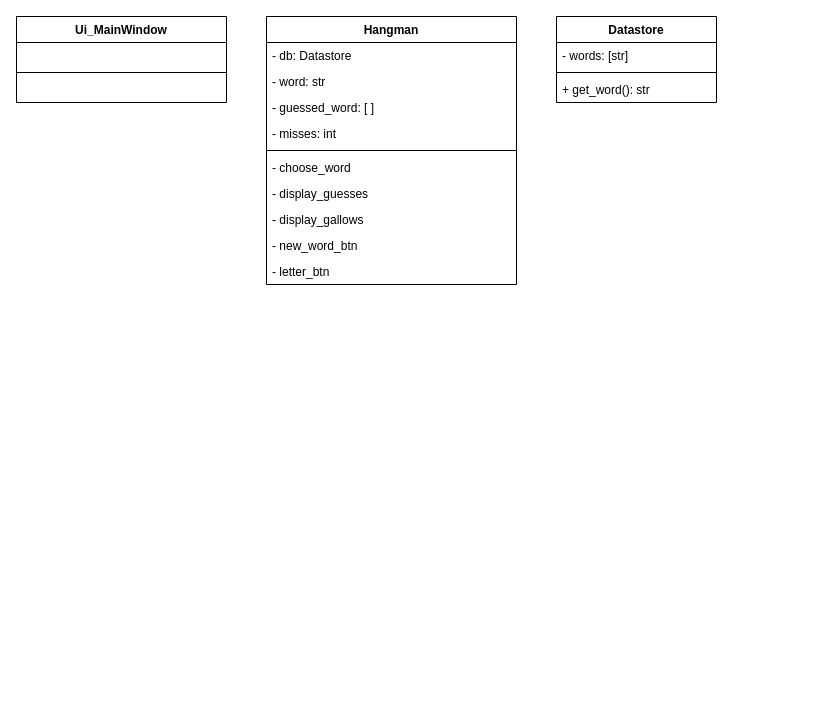
The draw.io diagram page "Class Diagram" (4 of 7) of scenario/scenario_unit_2.drawio in DamoM73/digital-solutions-text, before the edit. Source tidied: cells renumbered, new cells numbered last; positions are measured from the earlier drawing's top-left corner, leaving out a move shared by most shapes. Both pictures are drawn from the tidied source at 100%, with x=0, y=0 at pixel (16, 16).
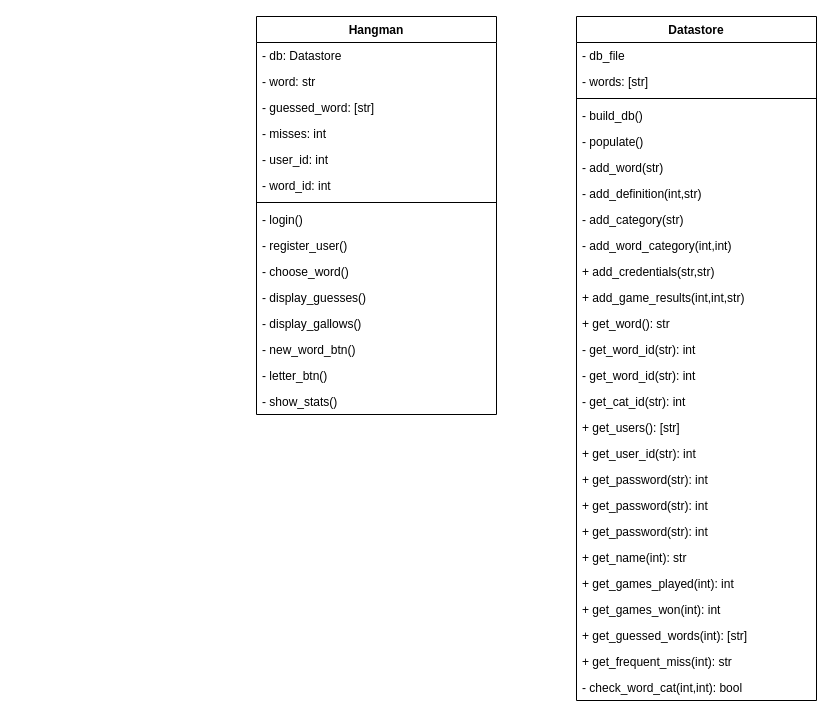
The same page after the edit.

What changed in the source:
```diff
@@
-    <mxCell id="2" value="Ui_MainWindow" style="swimlane;fontStyle=1;align=center;verticalAlign=top;horizontal=1;startSize=26;" parent="1" vertex="1">
-      <mxGeometry width="210" height="86" as="geometry" />
-    </mxCell>
-    <mxCell id="3" value=" " style="text;strokeColor=none;fillColor=none;align=left;verticalAlign=top;spacingLeft=4;spacingRight=4;overflow=hidden;" parent="2" vertex="1">
-      <mxGeometry y="26" width="210" height="26" as="geometry" />
-    </mxCell>
-    <mxCell id="4" style="line;strokeWidth=1;fillColor=none;align=left;verticalAlign=middle;spacingTop=-1;spacingLeft=3;spacingRight=3;labelPosition=right;" parent="2" vertex="1">
-      <mxGeometry y="52" width="210" height="8" as="geometry" />
-    </mxCell>
-    <mxCell id="5" value=" " style="text;strokeColor=none;fillColor=none;align=left;verticalAlign=top;spacingLeft=4;spacingRight=4;overflow=hidden;" parent="2" vertex="1">
-      <mxGeometry y="60" width="210" height="26" as="geometry" />
-    </mxCell>
     <mxCell id="6" value="Hangman" style="swimlane;fontStyle=1;align=center;verticalAlign=top;horizontal=1;startSize=26;" parent="1" vertex="1">
-      <mxGeometry x="250" width="250" height="268" as="geometry" />
+      <mxGeometry x="240" width="240" height="398" as="geometry" />
     </mxCell>
     <mxCell id="7" value="- db: Datastore" style="text;strokeColor=none;fillColor=none;align=left;verticalAlign=top;spacingLeft=4;spacingRight=4;overflow=hidden;" parent="6" vertex="1">
-      <mxGeometry y="26" width="250" height="26" as="geometry" />
+      <mxGeometry y="26" width="240" height="26" as="geometry" />
     </mxCell>
     <mxCell id="8" value="- word: str" style="text;strokeColor=none;fillColor=none;align=left;verticalAlign=top;spacingLeft=4;spacingRight=4;overflow=hidden;" parent="6" vertex="1">
-      <mxGeometry y="52" width="250" height="26" as="geometry" />
+      <mxGeometry y="52" width="240" height="26" as="geometry" />
     </mxCell>
-    <mxCell id="9" value="- guessed_word: [ ]" style="text;strokeColor=none;fillColor=none;align=left;verticalAlign=top;spacingLeft=4;spacingRight=4;overflow=hidden;" parent="6" vertex="1">
-      <mxGeometry y="78" width="250" height="26" as="geometry" />
-    </mxCell>
+    <mxCell id="21" value="- guessed_word: [str]" style="text;strokeColor=none;fillColor=none;align=left;verticalAlign=top;spacingLeft=4;spacingRight=4;overflow=hidden;" parent="6" vertex="1">
+      <mxGeometry y="78" width="240" height="26" as="geometry" />
+    </mxCell>
     <mxCell id="10" value="- misses: int" style="text;strokeColor=none;fillColor=none;align=left;verticalAlign=top;spacingLeft=4;spacingRight=4;overflow=hidden;" parent="6" vertex="1">
-      <mxGeometry y="104" width="250" height="26" as="geometry" />
+      <mxGeometry y="104" width="240" height="26" as="geometry" />
     </mxCell>
+    <mxCell id="22" value="- user_id: int" style="text;strokeColor=none;fillColor=none;align=left;verticalAlign=top;spacingLeft=4;spacingRight=4;overflow=hidden;fontStyle=0;" parent="6" vertex="1">
+      <mxGeometry y="130" width="240" height="26" as="geometry" />
+    </mxCell>
+    <mxCell id="23" value="- word_id: int" style="text;strokeColor=none;fillColor=none;align=left;verticalAlign=top;spacingLeft=4;spacingRight=4;overflow=hidden;fontStyle=0;" parent="6" vertex="1">
+      <mxGeometry y="156" width="240" height="26" as="geometry" />
+    </mxCell>
     <mxCell id="11" style="line;strokeWidth=1;fillColor=none;align=left;verticalAlign=middle;spacingTop=-1;spacingLeft=3;spacingRight=3;labelPosition=right;" parent="6" vertex="1">
-      <mxGeometry y="130" width="250" height="8" as="geometry" />
+      <mxGeometry y="182" width="240" height="8" as="geometry" />
     </mxCell>
+    <mxCell id="24" value="- login()" style="text;strokeColor=none;fillColor=none;align=left;verticalAlign=top;spacingLeft=4;spacingRight=4;overflow=hidden;" parent="6" vertex="1">
+      <mxGeometry y="190" width="240" height="26" as="geometry" />
+    </mxCell>
+    <mxCell id="25" value="- register_user()" style="text;strokeColor=none;fillColor=none;align=left;verticalAlign=top;spacingLeft=4;spacingRight=4;overflow=hidden;" parent="6" vertex="1">
+      <mxGeometry y="216" width="240" height="26" as="geometry" />
+    </mxCell>
-    <mxCell id="12" value="- choose_word" style="text;strokeColor=none;fillColor=none;align=left;verticalAlign=top;spacingLeft=4;spacingRight=4;overflow=hidden;" parent="6" vertex="1">
-      <mxGeometry y="138" width="250" height="26" as="geometry" />
+    <mxCell id="12" value="- choose_word()" style="text;strokeColor=none;fillColor=none;align=left;verticalAlign=top;spacingLeft=4;spacingRight=4;overflow=hidden;" parent="6" vertex="1">
+      <mxGeometry y="242" width="240" height="26" as="geometry" />
     </mxCell>
-    <mxCell id="13" value="- display_guesses" style="text;strokeColor=none;fillColor=none;align=left;verticalAlign=top;spacingLeft=4;spacingRight=4;overflow=hidden;" parent="6" vertex="1">
-      <mxGeometry y="164" width="250" height="26" as="geometry" />
+    <mxCell id="13" value="- display_guesses()" style="text;strokeColor=none;fillColor=none;align=left;verticalAlign=top;spacingLeft=4;spacingRight=4;overflow=hidden;" parent="6" vertex="1">
+      <mxGeometry y="268" width="240" height="26" as="geometry" />
     </mxCell>
-    <mxCell id="14" value="- display_gallows" style="text;strokeColor=none;fillColor=none;align=left;verticalAlign=top;spacingLeft=4;spacingRight=4;overflow=hidden;" parent="6" vertex="1">
-      <mxGeometry y="190" width="250" height="26" as="geometry" />
+    <mxCell id="14" value="- display_gallows()" style="text;strokeColor=none;fillColor=none;align=left;verticalAlign=top;spacingLeft=4;spacingRight=4;overflow=hidden;" parent="6" vertex="1">
+      <mxGeometry y="294" width="240" height="26" as="geometry" />
     </mxCell>
-    <mxCell id="15" value="- new_word_btn" style="text;strokeColor=none;fillColor=none;align=left;verticalAlign=top;spacingLeft=4;spacingRight=4;overflow=hidden;" parent="6" vertex="1">
-      <mxGeometry y="216" width="250" height="26" as="geometry" />
+    <mxCell id="15" value="- new_word_btn()" style="text;strokeColor=none;fillColor=none;align=left;verticalAlign=top;spacingLeft=4;spacingRight=4;overflow=hidden;" parent="6" vertex="1">
+      <mxGeometry y="320" width="240" height="26" as="geometry" />
     </mxCell>
-    <mxCell id="16" value="- letter_btn" style="text;strokeColor=none;fillColor=none;align=left;verticalAlign=top;spacingLeft=4;spacingRight=4;overflow=hidden;" parent="6" vertex="1">
-      <mxGeometry y="242" width="250" height="26" as="geometry" />
+    <mxCell id="16" value="- letter_btn()" style="text;strokeColor=none;fillColor=none;align=left;verticalAlign=top;spacingLeft=4;spacingRight=4;overflow=hidden;" parent="6" vertex="1">
+      <mxGeometry y="346" width="240" height="26" as="geometry" />
     </mxCell>
+    <mxCell id="26" value="- show_stats()" style="text;strokeColor=none;fillColor=none;align=left;verticalAlign=top;spacingLeft=4;spacingRight=4;overflow=hidden;" parent="6" vertex="1">
+      <mxGeometry y="372" width="240" height="26" as="geometry" />
+    </mxCell>
     <mxCell id="17" value="Datastore" style="swimlane;fontStyle=1;align=center;verticalAlign=top;horizontal=1;startSize=26;" parent="1" vertex="1">
-      <mxGeometry x="540" width="160" height="86" as="geometry" />
+      <mxGeometry x="560" width="240" height="684" as="geometry" />
     </mxCell>
-    <mxCell id="18" value="- words: [str]" style="text;strokeColor=none;fillColor=none;align=left;verticalAlign=top;spacingLeft=4;spacingRight=4;overflow=hidden;" parent="17" vertex="1">
-      <mxGeometry y="26" width="160" height="26" as="geometry" />
+    <mxCell id="18" value="- db_file" style="text;strokeColor=none;fillColor=none;align=left;verticalAlign=top;spacingLeft=4;spacingRight=4;overflow=hidden;" parent="17" vertex="1">
+      <mxGeometry y="26" width="240" height="26" as="geometry" />
     </mxCell>
+    <mxCell id="27" value="- words: [str]" style="text;strokeColor=none;fillColor=none;align=left;verticalAlign=top;spacingLeft=4;spacingRight=4;overflow=hidden;" parent="17" vertex="1">
+      <mxGeometry y="52" width="240" height="26" as="geometry" />
+    </mxCell>
     <mxCell id="19" style="line;strokeWidth=1;fillColor=none;align=left;verticalAlign=middle;spacingTop=-1;spacingLeft=3;spacingRight=3;labelPosition=right;" parent="17" vertex="1">
-      <mxGeometry y="52" width="160" height="8" as="geometry" />
+      <mxGeometry y="78" width="240" height="8" as="geometry" />
     </mxCell>
-    <mxCell id="20" value="+ get_word(): str" style="text;strokeColor=none;fillColor=none;align=left;verticalAlign=top;spacingLeft=4;spacingRight=4;overflow=hidden;" parent="17" vertex="1">
-      <mxGeometry y="60" width="160" height="26" as="geometry" />
+    <mxCell id="20" value="- build_db()" style="text;strokeColor=none;fillColor=none;align=left;verticalAlign=top;spacingLeft=4;spacingRight=4;overflow=hidden;" parent="17" vertex="1">
+      <mxGeometry y="86" width="240" height="26" as="geometry" />
     </mxCell>
+    <mxCell id="28" value="- populate()" style="text;strokeColor=none;fillColor=none;align=left;verticalAlign=top;spacingLeft=4;spacingRight=4;overflow=hidden;" parent="17" vertex="1">
+      <mxGeometry y="112" width="240" height="26" as="geometry" />
+    </mxCell>
+    <mxCell id="29" value="- add_word(str)" style="text;strokeColor=none;fillColor=none;align=left;verticalAlign=top;spacingLeft=4;spacingRight=4;overflow=hidden;" parent="17" vertex="1">
+      <mxGeometry y="138" width="240" height="26" as="geometry" />
+    </mxCell>
+    <mxCell id="30" value="- add_definition(int,str)" style="text;strokeColor=none;fillColor=none;align=left;verticalAlign=top;spacingLeft=4;spacingRight=4;overflow=hidden;" parent="17" vertex="1">
+      <mxGeometry y="164" width="240" height="26" as="geometry" />
+    </mxCell>
+    <mxCell id="31" value="- add_category(str)" style="text;strokeColor=none;fillColor=none;align=left;verticalAlign=top;spacingLeft=4;spacingRight=4;overflow=hidden;" parent="17" vertex="1">
+      <mxGeometry y="190" width="240" height="26" as="geometry" />
+    </mxCell>
+    <mxCell id="32" value="- add_word_category(int,int)" style="text;strokeColor=none;fillColor=none;align=left;verticalAlign=top;spacingLeft=4;spacingRight=4;overflow=hidden;" parent="17" vertex="1">
+      <mxGeometry y="216" width="240" height="26" as="geometry" />
+    </mxCell>
+    <mxCell id="33" value="+ add_credentials(str,str)" style="text;strokeColor=none;fillColor=none;align=left;verticalAlign=top;spacingLeft=4;spacingRight=4;overflow=hidden;" parent="17" vertex="1">
+      <mxGeometry y="242" width="240" height="26" as="geometry" />
+    </mxCell>
+    <mxCell id="34" value="+ add_game_results(int,int,str)" style="text;strokeColor=none;fillColor=none;align=left;verticalAlign=top;spacingLeft=4;spacingRight=4;overflow=hidden;" parent="17" vertex="1">
+      <mxGeometry y="268" width="240" height="26" as="geometry" />
+    </mxCell>
+    <mxCell id="35" value="+ get_word(): str" style="text;strokeColor=none;fillColor=none;align=left;verticalAlign=top;spacingLeft=4;spacingRight=4;overflow=hidden;" parent="17" vertex="1">
+      <mxGeometry y="294" width="240" height="26" as="geometry" />
+    </mxCell>
+    <mxCell id="36" value="- get_word_id(str): int" style="text;strokeColor=none;fillColor=none;align=left;verticalAlign=top;spacingLeft=4;spacingRight=4;overflow=hidden;" parent="17" vertex="1">
+      <mxGeometry y="320" width="240" height="26" as="geometry" />
+    </mxCell>
+    <mxCell id="37" value="- get_word_id(str): int" style="text;strokeColor=none;fillColor=none;align=left;verticalAlign=top;spacingLeft=4;spacingRight=4;overflow=hidden;" parent="17" vertex="1">
+      <mxGeometry y="346" width="240" height="26" as="geometry" />
+    </mxCell>
+    <mxCell id="38" value="- get_cat_id(str): int" style="text;strokeColor=none;fillColor=none;align=left;verticalAlign=top;spacingLeft=4;spacingRight=4;overflow=hidden;" parent="17" vertex="1">
+      <mxGeometry y="372" width="240" height="26" as="geometry" />
+    </mxCell>
+    <mxCell id="39" value="+ get_users(): [str]" style="text;strokeColor=none;fillColor=none;align=left;verticalAlign=top;spacingLeft=4;spacingRight=4;overflow=hidden;" parent="17" vertex="1">
+      <mxGeometry y="398" width="240" height="26" as="geometry" />
+    </mxCell>
+    <mxCell id="40" value="+ get_user_id(str): int" style="text;strokeColor=none;fillColor=none;align=left;verticalAlign=top;spacingLeft=4;spacingRight=4;overflow=hidden;" parent="17" vertex="1">
+      <mxGeometry y="424" width="240" height="26" as="geometry" />
+    </mxCell>
+    <mxCell id="41" value="+ get_password(str): int" style="text;strokeColor=none;fillColor=none;align=left;verticalAlign=top;spacingLeft=4;spacingRight=4;overflow=hidden;" parent="17" vertex="1">
+      <mxGeometry y="450" width="240" height="26" as="geometry" />
+    </mxCell>
+    <mxCell id="42" value="+ get_password(str): int" style="text;strokeColor=none;fillColor=none;align=left;verticalAlign=top;spacingLeft=4;spacingRight=4;overflow=hidden;" parent="17" vertex="1">
+      <mxGeometry y="476" width="240" height="26" as="geometry" />
+    </mxCell>
+    <mxCell id="43" value="+ get_password(str): int" style="text;strokeColor=none;fillColor=none;align=left;verticalAlign=top;spacingLeft=4;spacingRight=4;overflow=hidden;" parent="17" vertex="1">
+      <mxGeometry y="502" width="240" height="26" as="geometry" />
+    </mxCell>
+    <mxCell id="44" value="+ get_name(int): str" style="text;strokeColor=none;fillColor=none;align=left;verticalAlign=top;spacingLeft=4;spacingRight=4;overflow=hidden;" parent="17" vertex="1">
+      <mxGeometry y="528" width="240" height="26" as="geometry" />
+    </mxCell>
+    <mxCell id="45" value="+ get_games_played(int): int" style="text;strokeColor=none;fillColor=none;align=left;verticalAlign=top;spacingLeft=4;spacingRight=4;overflow=hidden;" parent="17" vertex="1">
+      <mxGeometry y="554" width="240" height="26" as="geometry" />
+    </mxCell>
+    <mxCell id="46" value="+ get_games_won(int): int" style="text;strokeColor=none;fillColor=none;align=left;verticalAlign=top;spacingLeft=4;spacingRight=4;overflow=hidden;" parent="17" vertex="1">
+      <mxGeometry y="580" width="240" height="26" as="geometry" />
+    </mxCell>
+    <mxCell id="47" value="+ get_guessed_words(int): [str]" style="text;strokeColor=none;fillColor=none;align=left;verticalAlign=top;spacingLeft=4;spacingRight=4;overflow=hidden;" parent="17" vertex="1">
+      <mxGeometry y="606" width="240" height="26" as="geometry" />
+    </mxCell>
+    <mxCell id="48" value="+ get_frequent_miss(int): str" style="text;strokeColor=none;fillColor=none;align=left;verticalAlign=top;spacingLeft=4;spacingRight=4;overflow=hidden;" parent="17" vertex="1">
+      <mxGeometry y="632" width="240" height="26" as="geometry" />
+    </mxCell>
+    <mxCell id="49" value="- check_word_cat(int,int): bool" style="text;strokeColor=none;fillColor=none;align=left;verticalAlign=top;spacingLeft=4;spacingRight=4;overflow=hidden;" parent="17" vertex="1">
+      <mxGeometry y="658" width="240" height="26" as="geometry" />
+    </mxCell>
```
